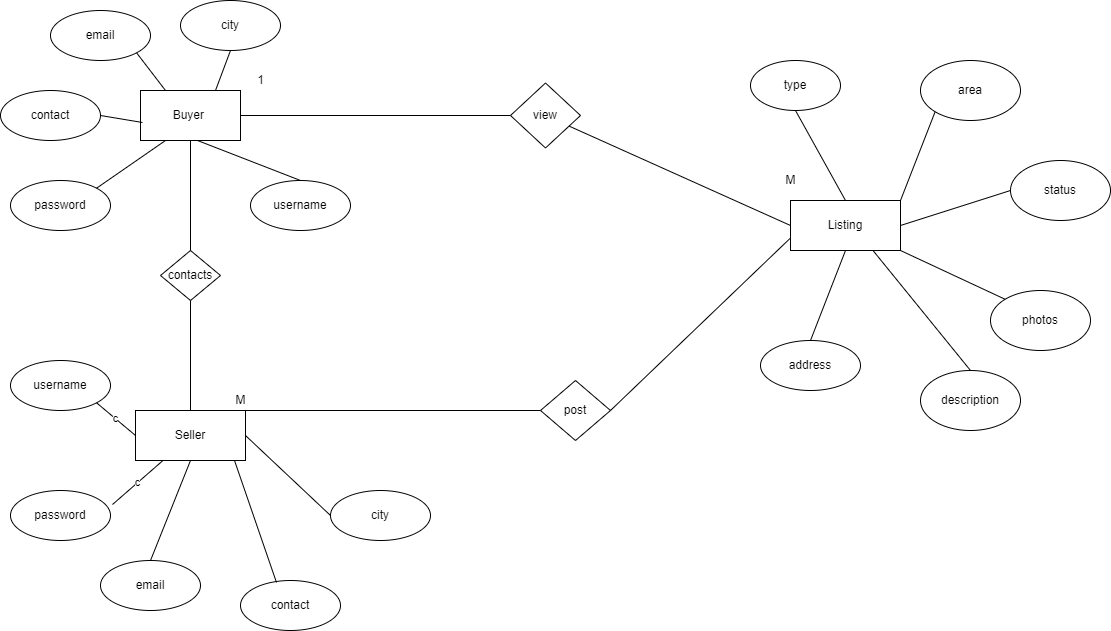
Earlier version of the draw.io export er.png (adityaaa-31/HomeQuest). Source tidied: cells renumbered, new cells last; positions are measured from the earlier drawing's top-left corner, leaving out a move shared by most shapes.
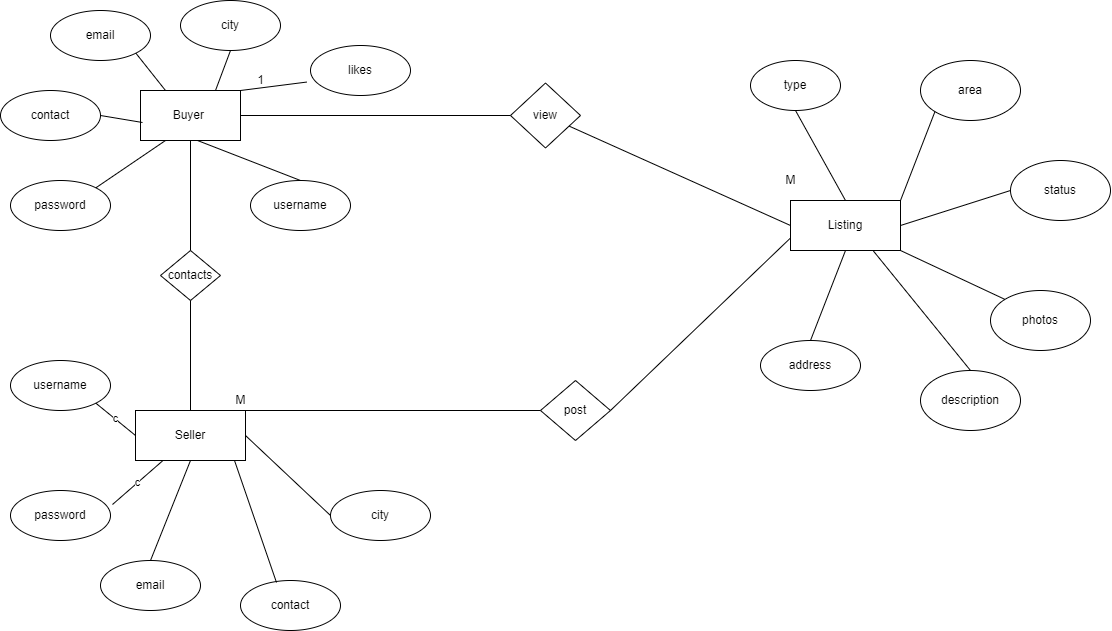
The same file after the commit.

Change to the diagram source:
```diff
@@ -143,5 +143,11 @@
     <mxCell id="48" value="M" style="text;html=1;align=center;verticalAlign=middle;strokeColor=none;fillColor=none;" parent="1" vertex="1">
       <mxGeometry x="775" y="165" width="30" height="30" as="geometry" />
     </mxCell>
+    <mxCell id="49" value="likes" style="ellipse;whiteSpace=wrap;html=1;" parent="1" vertex="1">
+      <mxGeometry x="310" y="45" width="100" height="50" as="geometry" />
+    </mxCell>
+    <mxCell id="50" style="endArrow=none;html=1;entryX=-0.037;entryY=0.731;entryDx=0;entryDy=0;entryPerimeter=0;exitX=1;exitY=0;exitDx=0;exitDy=0;" parent="1" edge="1" source="3" target="49">
+      <mxGeometry relative="1" as="geometry" />
+    </mxCell>
   </root>
 </mxGraphModel>
```
